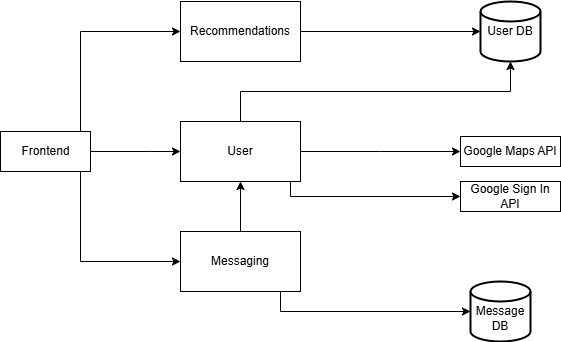
Earlier version of the draw.io export documentation/images/Dependency_diagram.png (TrailBlazersInc/TrailBlazers). Source tidied: cells renumbered, new cells last; positions are measured from the earlier drawing's top-left corner, leaving out a move shared by most shapes.
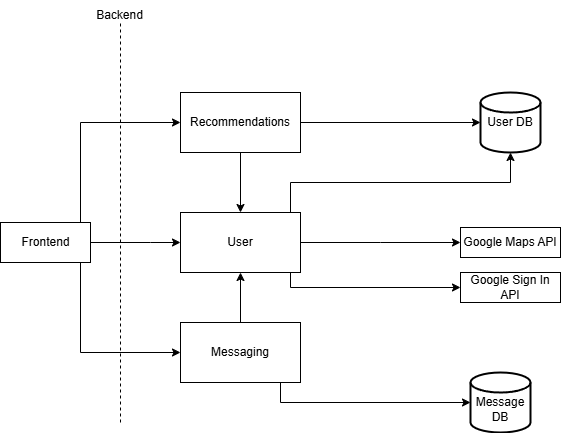
Above is the later version.

Commit message:
Updated Dependency diagram

The edit, as a diff of the source:
```diff
@@ -61,6 +61,9 @@
         </Array>
       </mxGeometry>
     </mxCell>
+    <mxCell id="19" style="edgeStyle=orthogonalEdgeStyle;rounded=0;jettySize=auto;html=1;" parent="1" edge="1" source="12" target="7">
+      <mxGeometry relative="1" as="geometry" />
+    </mxCell>
     <mxCell id="12" value="Recommendations" style="whiteSpace=wrap;html=1;strokeWidth=1;" parent="1" vertex="1">
       <mxGeometry x="180" width="120" height="60" as="geometry" />
     </mxCell>
@@ -70,7 +73,7 @@
     <mxCell id="14" style="edgeStyle=orthogonalEdgeStyle;rounded=0;jettySize=auto;html=1;entryX=0.5;entryY=1;entryDx=0;entryDy=0;entryPerimeter=0;" parent="1" edge="1" source="7" target="13">
       <mxGeometry relative="1" as="geometry">
         <Array as="points">
-          <mxPoint x="240" y="90" />
+          <mxPoint x="290" y="90" />
           <mxPoint x="510" y="90" />
         </Array>
       </mxGeometry>
@@ -87,5 +90,14 @@
     <mxCell id="18" value="Google Sign In API" style="whiteSpace=wrap;html=1;strokeWidth=1;" parent="1" vertex="1">
       <mxGeometry x="460" y="180" width="100" height="30" as="geometry" />
     </mxCell>
+    <mxCell id="20" style="endArrow=none;dashed=1;html=1;rounded=0;" parent="1" edge="1">
+      <mxGeometry relative="1" as="geometry">
+        <mxPoint x="120" y="330" as="sourcePoint" />
+        <mxPoint x="120" y="-70" as="targetPoint" />
+      </mxGeometry>
+    </mxCell>
+    <mxCell id="21" value="Backend" style="text;html=1;align=center;verticalAlign=middle;strokeColor=none;fillColor=none;" parent="1" vertex="1">
+      <mxGeometry x="84" y="-92" width="70" height="30" as="geometry" />
+    </mxCell>
   </root>
 </mxGraphModel>
```
